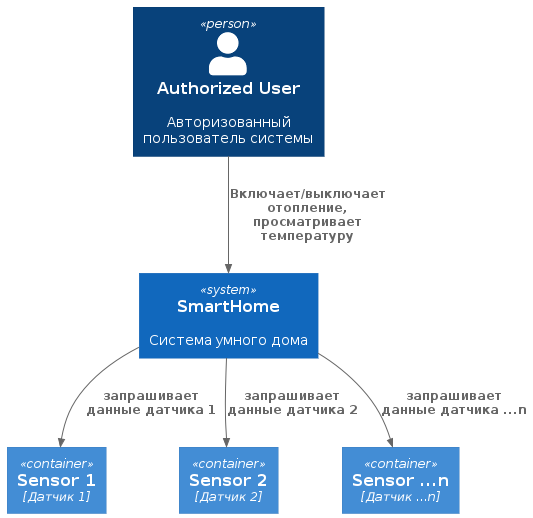
This is schemas/out/monolith/context/monolith_context/SmartHomeContext.png from arefev/warmhouse, a PlantUML export, as it was before one commit. Source of this version:
```plantuml
@startuml SmartHomeContext
!include https://raw.githubusercontent.com/plantuml-stdlib/C4-PlantUML/master/C4_Context.puml
!include https://raw.githubusercontent.com/plantuml-stdlib/C4-PlantUML/master/C4_Container.puml

Person(authUser, "Authorized User", "Авторизованный пользователь системы")
System(smartHome, "SmartHome", "Система умного дома")
Container(sensor_1, "Sensor 1", "Датчик 1")
Container(sensor_2, "Sensor 2", "Датчик 2")
Container(sensor_n, "Sensor ...n", "Датчик ...n")

Rel(authUser, smartHome, "Включает/выключает отопление, просматривает температуру")
Rel(smartHome, sensor_1, "запрашивает данные датчика 1")
Rel(smartHome, sensor_2, "запрашивает данные датчика 2")
Rel(smartHome, sensor_n, "запрашивает данные датчика ...n")
@enduml
```
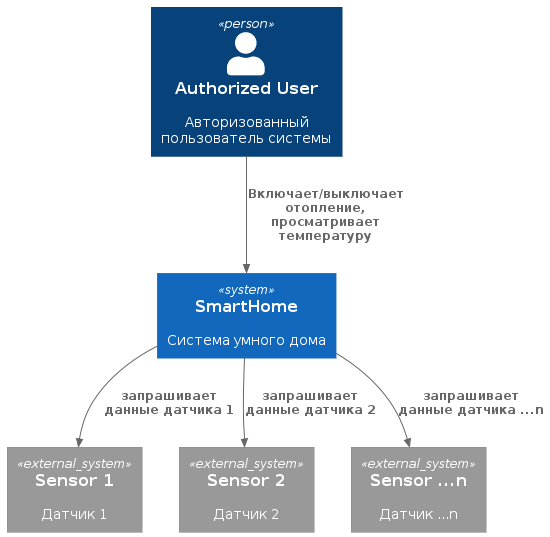
Later version of the same file.

Commit message:
warmhouse: обновил диаграмму контекста

Diff of the diagram source:
```diff
@@ -1,12 +1,11 @@
 @startuml SmartHomeContext
 !include https://raw.githubusercontent.com/plantuml-stdlib/C4-PlantUML/master/C4_Context.puml
-!include https://raw.githubusercontent.com/plantuml-stdlib/C4-PlantUML/master/C4_Container.puml
 
 Person(authUser, "Authorized User", "Авторизованный пользователь системы")
 System(smartHome, "SmartHome", "Система умного дома")
-Container(sensor_1, "Sensor 1", "Датчик 1")
-Container(sensor_2, "Sensor 2", "Датчик 2")
-Container(sensor_n, "Sensor ...n", "Датчик ...n")
+System_Ext(sensor_1, "Sensor 1", "Датчик 1")
+System_Ext(sensor_2, "Sensor 2", "Датчик 2")
+System_Ext(sensor_n, "Sensor ...n", "Датчик ...n")
 
 Rel(authUser, smartHome, "Включает/выключает отопление, просматривает температуру")
 Rel(smartHome, sensor_1, "запрашивает данные датчика 1")
```
